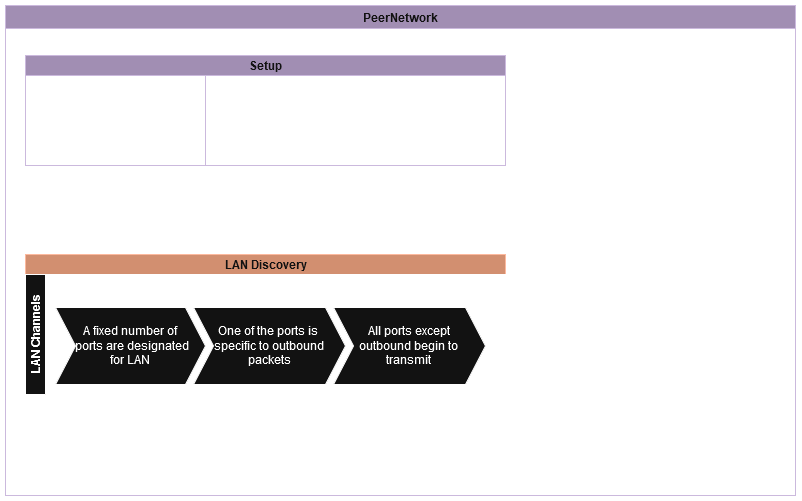
Above: misc/P2PNetwork.png in realChrisDeBon/P2PNet (draw.io), before the change. Source tidied: cells renumbered, new cells last; positions are measured from the earlier drawing's top-left corner, leaving out a move shared by most shapes.
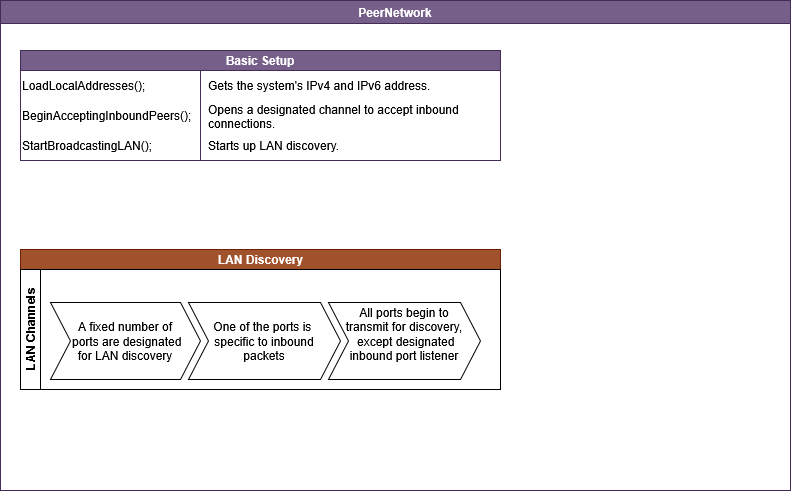
After the change.

The edit, as a diff of the source:
```diff
@@ -2,7 +2,7 @@
   <root>
     <mxCell id="0" />
     <mxCell id="1" parent="0" />
-    <mxCell id="2" value="PeerNetwork" style="swimlane;fillColor=#76608a;strokeColor=#432D57;labelBackgroundColor=none;startSize=23;fontColor=#ffffff;" parent="1" vertex="1">
+    <mxCell id="2" value="PeerNetwork" style="swimlane;fillColor=#76608a;strokeColor=#432D57;labelBackgroundColor=none;startSize=23;fontColor=#ffffff;fillStyle=solid;swimlaneFillColor=default;" parent="1" vertex="1">
       <mxGeometry width="790" height="490" as="geometry" />
     </mxCell>
     <mxCell id="3" value="LAN Discovery" style="swimlane;horizontal=1;startSize=20;html=1;fillColor=#a0522d;fontColor=#ffffff;strokeColor=#6D1F00;" parent="2" vertex="1">
@@ -14,16 +14,16 @@
     <mxCell id="5" style="swimlane;horizontal=1;fillColor=none;strokeColor=none;stackBorder=10;align=center;whiteSpace=wrap;html=1;" parent="4" vertex="1">
       <mxGeometry x="20" width="450" height="120" as="geometry" />
     </mxCell>
-    <mxCell id="6" value="&lt;div&gt;A fixed number of&lt;/div&gt;&lt;div&gt;&amp;nbsp;ports are designated&lt;/div&gt;&lt;div&gt;for LAN&lt;br&gt;&lt;/div&gt;" style="shape=step;perimeter=stepPerimeter;fixedSize=1;whiteSpace=wrap;html=1;" parent="5" vertex="1">
+    <mxCell id="6" value="&lt;div&gt;A fixed number of&lt;/div&gt;&lt;div&gt;&amp;nbsp;ports are designated&lt;/div&gt;&lt;div&gt;for LAN discovery&lt;/div&gt;" style="shape=step;perimeter=stepPerimeter;fixedSize=1;whiteSpace=wrap;html=1;" parent="5" vertex="1">
       <mxGeometry x="10" y="33" width="150" height="77" as="geometry" />
     </mxCell>
-    <mxCell id="7" value="&lt;div&gt;One of the ports is&amp;nbsp;&lt;/div&gt;&lt;div&gt;specific to outbound packets&lt;/div&gt;" style="shape=step;perimeter=stepPerimeter;fixedSize=1;whiteSpace=wrap;html=1;" parent="5" vertex="1">
+    <mxCell id="7" value="&lt;div&gt;One of the ports is&amp;nbsp;&lt;/div&gt;&lt;div&gt;specific to inbound&lt;/div&gt;&lt;div&gt;packets&lt;/div&gt;" style="shape=step;perimeter=stepPerimeter;fixedSize=1;whiteSpace=wrap;html=1;" parent="5" vertex="1">
       <mxGeometry x="148" y="33" width="152" height="77" as="geometry" />
     </mxCell>
-    <mxCell id="8" value="&lt;div&gt;All ports except&lt;/div&gt;&lt;div&gt;outbound begin to &lt;br&gt;&lt;/div&gt;&lt;div&gt;transmit&lt;br&gt;&lt;/div&gt;" style="shape=step;perimeter=stepPerimeter;fixedSize=1;whiteSpace=wrap;html=1;" parent="5" vertex="1">
+    <mxCell id="8" value="&lt;div&gt;All ports begin to&lt;/div&gt;&lt;div&gt;transmit for discovery,&lt;/div&gt;&lt;div&gt;&amp;nbsp;except designated&lt;/div&gt;&lt;div&gt;inbound port listener&lt;/div&gt;&lt;div&gt;&lt;br&gt;&lt;/div&gt;" style="shape=step;perimeter=stepPerimeter;fixedSize=1;whiteSpace=wrap;html=1;" parent="5" vertex="1">
       <mxGeometry x="288" y="33" width="152" height="77" as="geometry" />
     </mxCell>
-    <mxCell id="9" value="Setup" style="shape=table;startSize=20;rowLines=0;fontStyle=1;strokeColor=#432D57;fontSize=12;align=center;fillColor=#76608a;fontColor=#ffffff;shadow=0;" parent="2" vertex="1">
+    <mxCell id="9" value="Basic Setup" style="shape=table;startSize=20;rowLines=0;fontStyle=1;strokeColor=#432D57;fontSize=12;align=center;fillColor=#76608a;fontColor=#ffffff;shadow=0;" parent="2" vertex="1">
       <mxGeometry x="20" y="50" width="480" height="110" as="geometry" />
     </mxCell>
     <mxCell id="10" style="shape=tableRow;horizontal=0;startSize=0;swimlaneHead=0;swimlaneBody=0;top=0;left=0;bottom=0;right=0;fillColor=none;strokeColor=inherit;fontSize=16;" parent="9" vertex="1">
@@ -35,19 +35,19 @@
     <mxCell id="12" value="Gets the system's IPv4 and IPv6 address." style="shape=partialRectangle;html=1;whiteSpace=wrap;fillColor=none;top=0;left=0;bottom=0;right=0;align=left;spacingLeft=6;overflow=hidden;strokeColor=default;fontSize=12;" parent="10" vertex="1">
       <mxGeometry x="180" width="300" height="30" as="geometry" />
     </mxCell>
-    <mxCell id="13" style="shape=tableRow;horizontal=0;startSize=0;swimlaneHead=0;swimlaneBody=0;top=0;left=0;bottom=0;right=0;fillColor=none;strokeColor=inherit;fontSize=16;" parent="9" vertex="1">
+    <mxCell id="13" style="shape=tableRow;horizontal=0;startSize=0;swimlaneHead=0;swimlaneBody=0;top=0;left=0;bottom=0;right=0;fillColor=none;strokeColor=default;fontSize=16;strokeWidth=5;swimlaneFillColor=none;labelBorderColor=default;" parent="9" vertex="1">
       <mxGeometry y="50" width="480" height="30" as="geometry" />
     </mxCell>
-    <mxCell id="14" value="BeginAcceptingInboundPeers();" style="shape=partialRectangle;html=1;whiteSpace=wrap;fillColor=none;top=0;left=0;bottom=0;right=0;overflow=hidden;strokeColor=default;fontSize=12;align=left;strokeWidth=3;shadow=0;" parent="13" vertex="1">
+    <mxCell id="14" value="BeginAcceptingInboundPeers();" style="shape=partialRectangle;html=1;whiteSpace=wrap;fillColor=none;top=0;left=0;bottom=0;right=0;overflow=hidden;strokeColor=default;fontSize=12;align=left;strokeWidth=3;shadow=0;perimeterSpacing=0;sketch=1;curveFitting=1;jiggle=2;" parent="13" vertex="1">
       <mxGeometry width="180" height="30" as="geometry" />
     </mxCell>
-    <mxCell id="15" value="Opens a designated channel to accept inbound connections." style="shape=partialRectangle;html=1;whiteSpace=wrap;fillColor=none;top=0;left=0;bottom=0;right=0;align=left;spacingLeft=6;overflow=hidden;strokeColor=default;fontSize=12;strokeWidth=3;shadow=0;perimeterSpacing=4;" parent="13" vertex="1">
+    <mxCell id="15" value="Opens a designated channel to accept inbound connections." style="shape=partialRectangle;html=1;whiteSpace=wrap;fillColor=none;top=0;left=0;bottom=0;right=0;align=left;spacingLeft=6;overflow=hidden;strokeColor=default;fontSize=12;strokeWidth=3;shadow=0;perimeterSpacing=0;sketch=1;curveFitting=1;jiggle=2;" parent="13" vertex="1">
       <mxGeometry x="180" width="300" height="30" as="geometry" />
     </mxCell>
     <mxCell id="16" style="shape=tableRow;horizontal=0;startSize=0;swimlaneHead=0;swimlaneBody=0;top=0;left=0;bottom=0;right=0;fillColor=none;strokeColor=inherit;fontSize=16;" parent="9" vertex="1">
       <mxGeometry y="80" width="480" height="30" as="geometry" />
     </mxCell>
-    <mxCell id="17" value="BootDiscoveryChannels();" style="shape=partialRectangle;html=1;whiteSpace=wrap;fillColor=none;top=0;left=0;bottom=0;right=0;overflow=hidden;strokeColor=inherit;fontSize=12;align=left;" parent="16" vertex="1">
+    <mxCell id="17" value="StartBroadcastingLAN();" style="shape=partialRectangle;html=1;whiteSpace=wrap;fillColor=none;top=0;left=0;bottom=0;right=0;overflow=hidden;strokeColor=inherit;fontSize=12;align=left;" parent="16" vertex="1">
       <mxGeometry width="180" height="30" as="geometry" />
     </mxCell>
     <mxCell id="18" value="Starts up LAN discovery." style="shape=partialRectangle;html=1;whiteSpace=wrap;fillColor=none;top=0;left=0;bottom=0;right=0;align=left;spacingLeft=6;overflow=hidden;strokeColor=inherit;fontSize=12;" parent="16" vertex="1">
```
